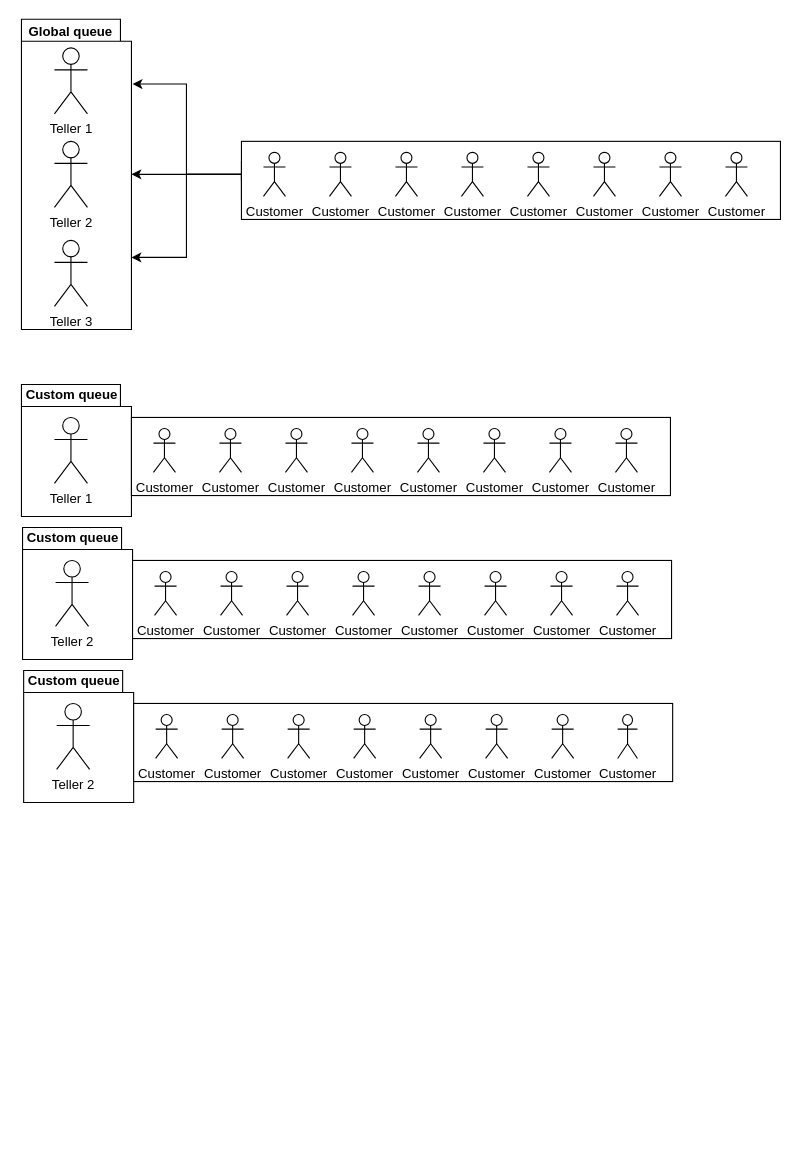
The draw.io diagram 2021_01_17_bankManager/Untitled Diagram.drawio in lina0322/iOS_yagom_starter_camp, before the edit. Source tidied: cells renumbered, new cells numbered last; positions are measured from the earlier drawing's top-left corner, leaving out a move shared by most shapes. Both pictures are drawn from the tidied source at 110%, with x=0, y=0 at pixel (21, 19).
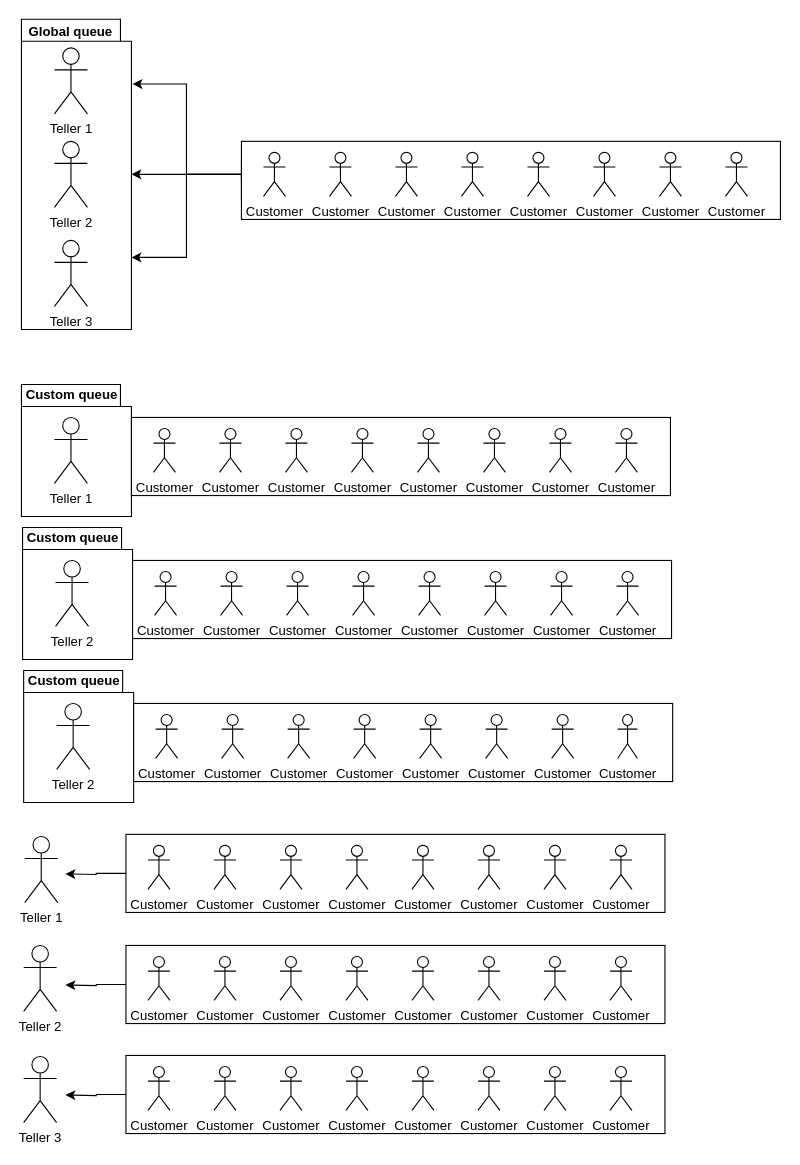
After the change.

Diff of the diagram source:
```diff
@@
+    <mxCell id="55" value="Teller 2" style="shape=umlActor;verticalLabelPosition=bottom;verticalAlign=top;html=1;" parent="1" vertex="1">
+      <mxGeometry x="2" y="842" width="30" height="60" as="geometry" />
+    </mxCell>
+    <mxCell id="56" style="edgeStyle=orthogonalEdgeStyle;rounded=0;jettySize=auto;html=1;exitX=0;exitY=0.5;exitDx=0;exitDy=0;" parent="1" edge="1" source="57">
+      <mxGeometry relative="1" as="geometry">
+        <mxPoint x="40" y="878" as="targetPoint" />
+      </mxGeometry>
+    </mxCell>
+    <mxCell id="57" style="rounded=0;whiteSpace=wrap;html=1;" parent="1" vertex="1">
+      <mxGeometry x="95" y="842" width="490" height="71" as="geometry" />
+    </mxCell>
+    <mxCell id="58" value="Customer" style="shape=umlActor;verticalLabelPosition=bottom;verticalAlign=top;html=1;" parent="1" vertex="1">
+      <mxGeometry x="115" y="852" width="20" height="40" as="geometry" />
+    </mxCell>
+    <mxCell id="59" value="Customer" style="shape=umlActor;verticalLabelPosition=bottom;verticalAlign=top;html=1;" parent="1" vertex="1">
+      <mxGeometry x="175" y="852" width="20" height="40" as="geometry" />
+    </mxCell>
+    <mxCell id="60" value="Customer" style="shape=umlActor;verticalLabelPosition=bottom;verticalAlign=top;html=1;" parent="1" vertex="1">
+      <mxGeometry x="235" y="852" width="20" height="40" as="geometry" />
+    </mxCell>
+    <mxCell id="61" value="Customer" style="shape=umlActor;verticalLabelPosition=bottom;verticalAlign=top;html=1;" parent="1" vertex="1">
+      <mxGeometry x="295" y="852" width="20" height="40" as="geometry" />
+    </mxCell>
+    <mxCell id="62" value="Customer" style="shape=umlActor;verticalLabelPosition=bottom;verticalAlign=top;html=1;" parent="1" vertex="1">
+      <mxGeometry x="355" y="852" width="20" height="40" as="geometry" />
+    </mxCell>
+    <mxCell id="63" value="Customer" style="shape=umlActor;verticalLabelPosition=bottom;verticalAlign=top;html=1;" parent="1" vertex="1">
+      <mxGeometry x="415" y="852" width="20" height="40" as="geometry" />
+    </mxCell>
+    <mxCell id="64" value="Customer" style="shape=umlActor;verticalLabelPosition=bottom;verticalAlign=top;html=1;" parent="1" vertex="1">
+      <mxGeometry x="475" y="852" width="20" height="40" as="geometry" />
+    </mxCell>
+    <mxCell id="65" value="Customer" style="shape=umlActor;verticalLabelPosition=bottom;verticalAlign=top;html=1;" parent="1" vertex="1">
+      <mxGeometry x="535" y="852" width="20" height="40" as="geometry" />
+    </mxCell>
+    <mxCell id="66" value="Teller 1&lt;br&gt;" style="shape=umlActor;verticalLabelPosition=bottom;verticalAlign=top;html=1;" parent="1" vertex="1">
+      <mxGeometry x="3" y="743" width="30" height="60" as="geometry" />
+    </mxCell>
+    <mxCell id="67" value="Teller 3&lt;br&gt;" style="shape=umlActor;verticalLabelPosition=bottom;verticalAlign=top;html=1;" parent="1" vertex="1">
+      <mxGeometry x="2" y="943" width="30" height="60" as="geometry" />
+    </mxCell>
+    <mxCell id="68" style="edgeStyle=orthogonalEdgeStyle;rounded=0;jettySize=auto;html=1;exitX=0;exitY=0.5;exitDx=0;exitDy=0;" parent="1" edge="1" source="69">
+      <mxGeometry relative="1" as="geometry">
+        <mxPoint x="40" y="978" as="targetPoint" />
+      </mxGeometry>
+    </mxCell>
+    <mxCell id="69" style="rounded=0;whiteSpace=wrap;html=1;" parent="1" vertex="1">
+      <mxGeometry x="95" y="942" width="490" height="71" as="geometry" />
+    </mxCell>
+    <mxCell id="70" value="Customer" style="shape=umlActor;verticalLabelPosition=bottom;verticalAlign=top;html=1;" parent="1" vertex="1">
+      <mxGeometry x="115" y="952" width="20" height="40" as="geometry" />
+    </mxCell>
+    <mxCell id="71" value="Customer" style="shape=umlActor;verticalLabelPosition=bottom;verticalAlign=top;html=1;" parent="1" vertex="1">
+      <mxGeometry x="175" y="952" width="20" height="40" as="geometry" />
+    </mxCell>
+    <mxCell id="72" value="Customer" style="shape=umlActor;verticalLabelPosition=bottom;verticalAlign=top;html=1;" parent="1" vertex="1">
+      <mxGeometry x="235" y="952" width="20" height="40" as="geometry" />
+    </mxCell>
+    <mxCell id="73" value="Customer" style="shape=umlActor;verticalLabelPosition=bottom;verticalAlign=top;html=1;" parent="1" vertex="1">
+      <mxGeometry x="295" y="952" width="20" height="40" as="geometry" />
+    </mxCell>
+    <mxCell id="74" value="Customer" style="shape=umlActor;verticalLabelPosition=bottom;verticalAlign=top;html=1;" parent="1" vertex="1">
+      <mxGeometry x="355" y="952" width="20" height="40" as="geometry" />
+    </mxCell>
+    <mxCell id="75" value="Customer" style="shape=umlActor;verticalLabelPosition=bottom;verticalAlign=top;html=1;" parent="1" vertex="1">
+      <mxGeometry x="415" y="952" width="20" height="40" as="geometry" />
+    </mxCell>
+    <mxCell id="76" value="Customer" style="shape=umlActor;verticalLabelPosition=bottom;verticalAlign=top;html=1;" parent="1" vertex="1">
+      <mxGeometry x="475" y="952" width="20" height="40" as="geometry" />
+    </mxCell>
+    <mxCell id="77" value="Customer" style="shape=umlActor;verticalLabelPosition=bottom;verticalAlign=top;html=1;" parent="1" vertex="1">
+      <mxGeometry x="535" y="952" width="20" height="40" as="geometry" />
+    </mxCell>
+    <mxCell id="78" style="edgeStyle=orthogonalEdgeStyle;rounded=0;jettySize=auto;html=1;exitX=0;exitY=0.5;exitDx=0;exitDy=0;" parent="1" edge="1" source="79">
+      <mxGeometry relative="1" as="geometry">
+        <mxPoint x="40" y="777" as="targetPoint" />
+      </mxGeometry>
+    </mxCell>
+    <mxCell id="79" style="rounded=0;whiteSpace=wrap;html=1;" parent="1" vertex="1">
+      <mxGeometry x="95" y="741" width="490" height="71" as="geometry" />
+    </mxCell>
+    <mxCell id="80" value="Customer" style="shape=umlActor;verticalLabelPosition=bottom;verticalAlign=top;html=1;" parent="1" vertex="1">
+      <mxGeometry x="115" y="751" width="20" height="40" as="geometry" />
+    </mxCell>
+    <mxCell id="81" value="Customer" style="shape=umlActor;verticalLabelPosition=bottom;verticalAlign=top;html=1;" parent="1" vertex="1">
+      <mxGeometry x="175" y="751" width="20" height="40" as="geometry" />
+    </mxCell>
+    <mxCell id="82" value="Customer" style="shape=umlActor;verticalLabelPosition=bottom;verticalAlign=top;html=1;" parent="1" vertex="1">
+      <mxGeometry x="235" y="751" width="20" height="40" as="geometry" />
+    </mxCell>
+    <mxCell id="83" value="Customer" style="shape=umlActor;verticalLabelPosition=bottom;verticalAlign=top;html=1;" parent="1" vertex="1">
+      <mxGeometry x="295" y="751" width="20" height="40" as="geometry" />
+    </mxCell>
+    <mxCell id="84" value="Customer" style="shape=umlActor;verticalLabelPosition=bottom;verticalAlign=top;html=1;" parent="1" vertex="1">
+      <mxGeometry x="355" y="751" width="20" height="40" as="geometry" />
+    </mxCell>
+    <mxCell id="85" value="Customer" style="shape=umlActor;verticalLabelPosition=bottom;verticalAlign=top;html=1;" parent="1" vertex="1">
+      <mxGeometry x="415" y="751" width="20" height="40" as="geometry" />
+    </mxCell>
+    <mxCell id="86" value="Customer" style="shape=umlActor;verticalLabelPosition=bottom;verticalAlign=top;html=1;" parent="1" vertex="1">
+      <mxGeometry x="475" y="751" width="20" height="40" as="geometry" />
+    </mxCell>
+    <mxCell id="87" value="Customer" style="shape=umlActor;verticalLabelPosition=bottom;verticalAlign=top;html=1;" parent="1" vertex="1">
+      <mxGeometry x="535" y="751" width="20" height="40" as="geometry" />
+    </mxCell>
```
